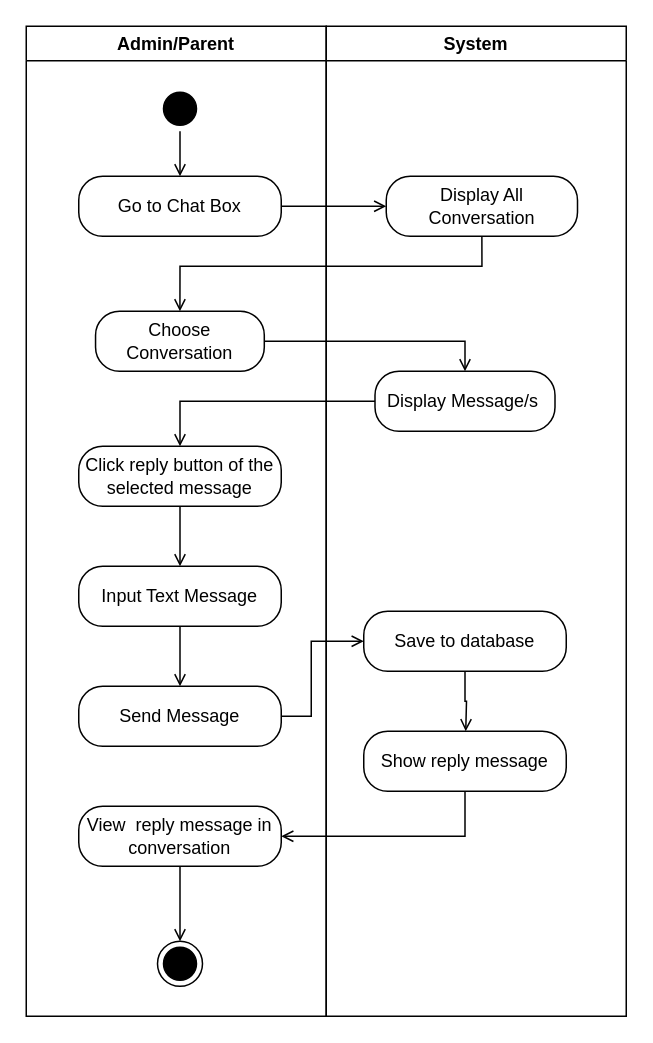
This is page "Reply Message" (7 of 7) of REVISIONS/UML-DIAGRAMS/6-28-2021/ACTIVITY DIAGRAM/ACTIVITY DIAGRAM3.drawio from mrklglsn/CAPSTONE-FILES, a draw.io file, before an edit. Source tidied: cells renumbered, new cells numbered last; positions are measured from the earlier drawing's top-left corner, leaving out a move shared by most shapes. Both pictures are drawn from the tidied source at 150%, with x=0, y=0 at pixel (26, 26).
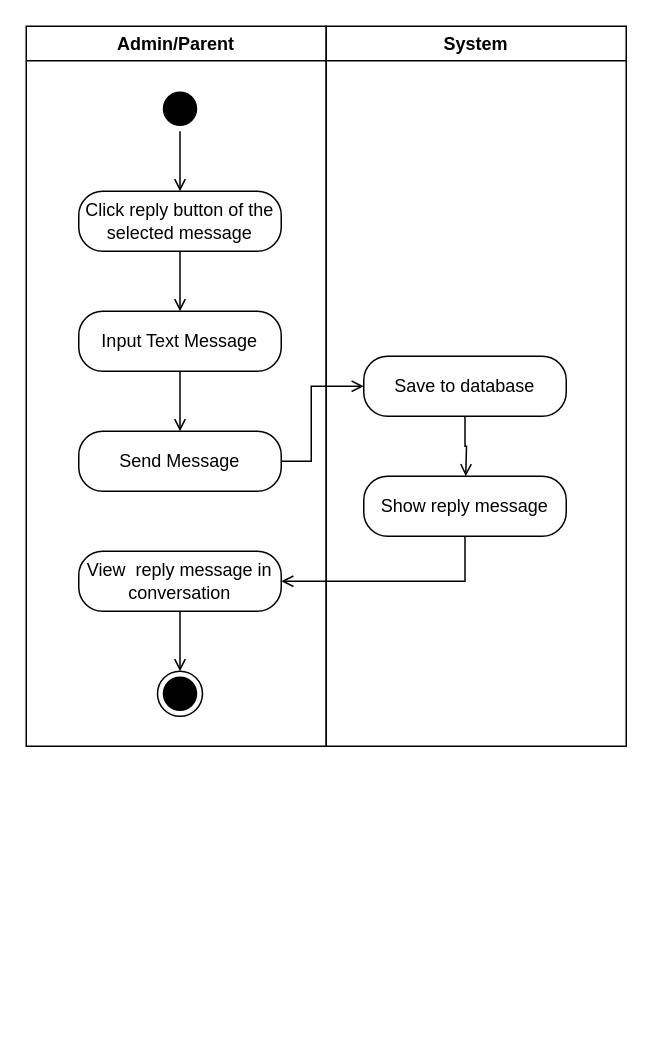
Above is the later version.

The change refers to these unchanged cells:
```xml
<mxCell id="5" style="ellipse;html=1;shape=startState;fillColor=#000000;" parent="2" vertex="1">
  <mxGeometry x="87.5" y="40" width="30" height="30" as="geometry" />
</mxCell>
```

The edit, as a diff of the source:
```diff
@@
     <mxCell id="2" value="Admin/Parent" style="swimlane;" parent="1" vertex="1">
-      <mxGeometry width="200" height="660" as="geometry" />
+      <mxGeometry width="200" height="480" as="geometry" />
     </mxCell>
-    <mxCell id="3" value="Go to Chat Box" style="rounded=1;whiteSpace=wrap;html=1;arcSize=40;" parent="2" vertex="1">
-      <mxGeometry x="35" y="100" width="135" height="40" as="geometry" />
-    </mxCell>
-    <mxCell id="4" style="edgeStyle=orthogonalEdgeStyle;rounded=0;jettySize=auto;html=1;endArrow=open;endFill=0;entryX=0.5;entryY=0;entryDx=0;entryDy=0;" parent="2" edge="1" source="5" target="3">
+    <mxCell id="4" style="edgeStyle=orthogonalEdgeStyle;rounded=0;jettySize=auto;html=1;endArrow=open;endFill=0;" parent="2" edge="1" source="5" target="8">
       <mxGeometry relative="1" as="geometry" />
     </mxCell>
@@
-    <mxCell id="6" value="Choose Conversation" style="rounded=1;whiteSpace=wrap;html=1;arcSize=40;" parent="2" vertex="1">
-      <mxGeometry x="46.2" y="190" width="112.5" height="40" as="geometry" />
-    </mxCell>
@@
     <mxCell id="8" value="Click reply button of the selected message" style="rounded=1;whiteSpace=wrap;html=1;arcSize=40;" parent="2" vertex="1">
-      <mxGeometry x="35" y="280" width="135" height="40" as="geometry" />
+      <mxGeometry x="35" y="110" width="135" height="40" as="geometry" />
     </mxCell>
     <mxCell id="9" value="Send Message" style="rounded=1;whiteSpace=wrap;html=1;arcSize=40;" parent="2" vertex="1">
-      <mxGeometry x="35" y="440" width="135" height="40" as="geometry" />
+      <mxGeometry x="35" y="270" width="135" height="40" as="geometry" />
     </mxCell>
@@
     <mxCell id="12" value="View&amp;nbsp; reply message in conversation" style="rounded=1;whiteSpace=wrap;html=1;arcSize=40;" parent="2" vertex="1">
-      <mxGeometry x="35" y="520" width="135" height="40" as="geometry" />
+      <mxGeometry x="35" y="350" width="135" height="40" as="geometry" />
     </mxCell>
     <mxCell id="13" style="ellipse;html=1;shape=endState;fillColor=#000000;rounded=1;" parent="2" vertex="1">
-      <mxGeometry x="87.5" y="610" width="30" height="30" as="geometry" />
+      <mxGeometry x="87.5" y="430" width="30" height="30" as="geometry" />
     </mxCell>
     <mxCell id="14" value="Input Text Message" style="rounded=1;whiteSpace=wrap;html=1;arcSize=40;" parent="2" vertex="1">
-      <mxGeometry x="35" y="360" width="135" height="40" as="geometry" />
+      <mxGeometry x="35" y="190" width="135" height="40" as="geometry" />
     </mxCell>
     <mxCell id="15" value="System" style="swimlane;" parent="1" vertex="1">
-      <mxGeometry x="200" width="200" height="660" as="geometry" />
+      <mxGeometry x="200" width="200" height="480" as="geometry" />
     </mxCell>
-    <mxCell id="16" value="Display All Conversation" style="rounded=1;whiteSpace=wrap;html=1;arcSize=40;" parent="15" vertex="1">
-      <mxGeometry x="40" y="100" width="127.5" height="40" as="geometry" />
-    </mxCell>
     <mxCell id="17" value="Save to database" style="rounded=1;whiteSpace=wrap;html=1;arcSize=40;" parent="15" vertex="1">
-      <mxGeometry x="25" y="390" width="135" height="40" as="geometry" />
+      <mxGeometry x="25" y="220" width="135" height="40" as="geometry" />
     </mxCell>
-    <mxCell id="18" value="Display Message/s&amp;nbsp;" style="rounded=1;whiteSpace=wrap;html=1;arcSize=40;" parent="15" vertex="1">
-      <mxGeometry x="32.5" y="230" width="120" height="40" as="geometry" />
-    </mxCell>
     <mxCell id="19" value="Show reply message" style="rounded=1;whiteSpace=wrap;html=1;arcSize=40;" parent="15" vertex="1">
-      <mxGeometry x="25" y="470" width="135" height="40" as="geometry" />
+      <mxGeometry x="25" y="300" width="135" height="40" as="geometry" />
     </mxCell>
-    <mxCell id="20" style="edgeStyle=orthogonalEdgeStyle;rounded=0;jettySize=auto;html=1;entryX=0;entryY=0.5;entryDx=0;entryDy=0;endArrow=open;endFill=0;" parent="1" edge="1" source="3" target="16">
-      <mxGeometry relative="1" as="geometry" />
-    </mxCell>
     <mxCell id="21" style="edgeStyle=orthogonalEdgeStyle;rounded=0;jettySize=auto;html=1;entryX=0;entryY=0.5;entryDx=0;entryDy=0;endArrow=open;endFill=0;" parent="1" edge="1" source="9" target="17">
       <mxGeometry relative="1" as="geometry">
         <Array as="points">
-          <mxPoint x="190" y="460" />
-          <mxPoint x="190" y="410" />
+          <mxPoint x="190" y="290" />
+          <mxPoint x="190" y="240" />
         </Array>
       </mxGeometry>
     </mxCell>
-    <mxCell id="22" style="edgeStyle=orthogonalEdgeStyle;rounded=0;jettySize=auto;html=1;entryX=0.5;entryY=0;entryDx=0;entryDy=0;exitX=0.5;exitY=1;exitDx=0;exitDy=0;endArrow=open;endFill=0;" parent="1" edge="1" source="16" target="6">
-      <mxGeometry relative="1" as="geometry">
-        <Array as="points">
-          <mxPoint x="304" y="160" />
-          <mxPoint x="103" y="160" />
-        </Array>
-      </mxGeometry>
-    </mxCell>
-    <mxCell id="23" style="edgeStyle=orthogonalEdgeStyle;rounded=0;jettySize=auto;html=1;entryX=0.5;entryY=0;entryDx=0;entryDy=0;endArrow=open;endFill=0;" parent="1" edge="1" source="6" target="18">
-      <mxGeometry relative="1" as="geometry" />
-    </mxCell>
-    <mxCell id="24" style="edgeStyle=orthogonalEdgeStyle;rounded=0;jettySize=auto;html=1;entryX=0.5;entryY=0;entryDx=0;entryDy=0;endArrow=open;endFill=0;" parent="1" edge="1" source="18" target="8">
-      <mxGeometry relative="1" as="geometry" />
-    </mxCell>
     <mxCell id="25" style="edgeStyle=orthogonalEdgeStyle;rounded=0;jettySize=auto;html=1;exitX=0.5;exitY=1;exitDx=0;exitDy=0;endArrow=open;endFill=0;" parent="1" edge="1" source="17">
       <mxGeometry relative="1" as="geometry">
-        <mxPoint x="293" y="470" as="targetPoint" />
+        <mxPoint x="293" y="300" as="targetPoint" />
       </mxGeometry>
     </mxCell>
```
